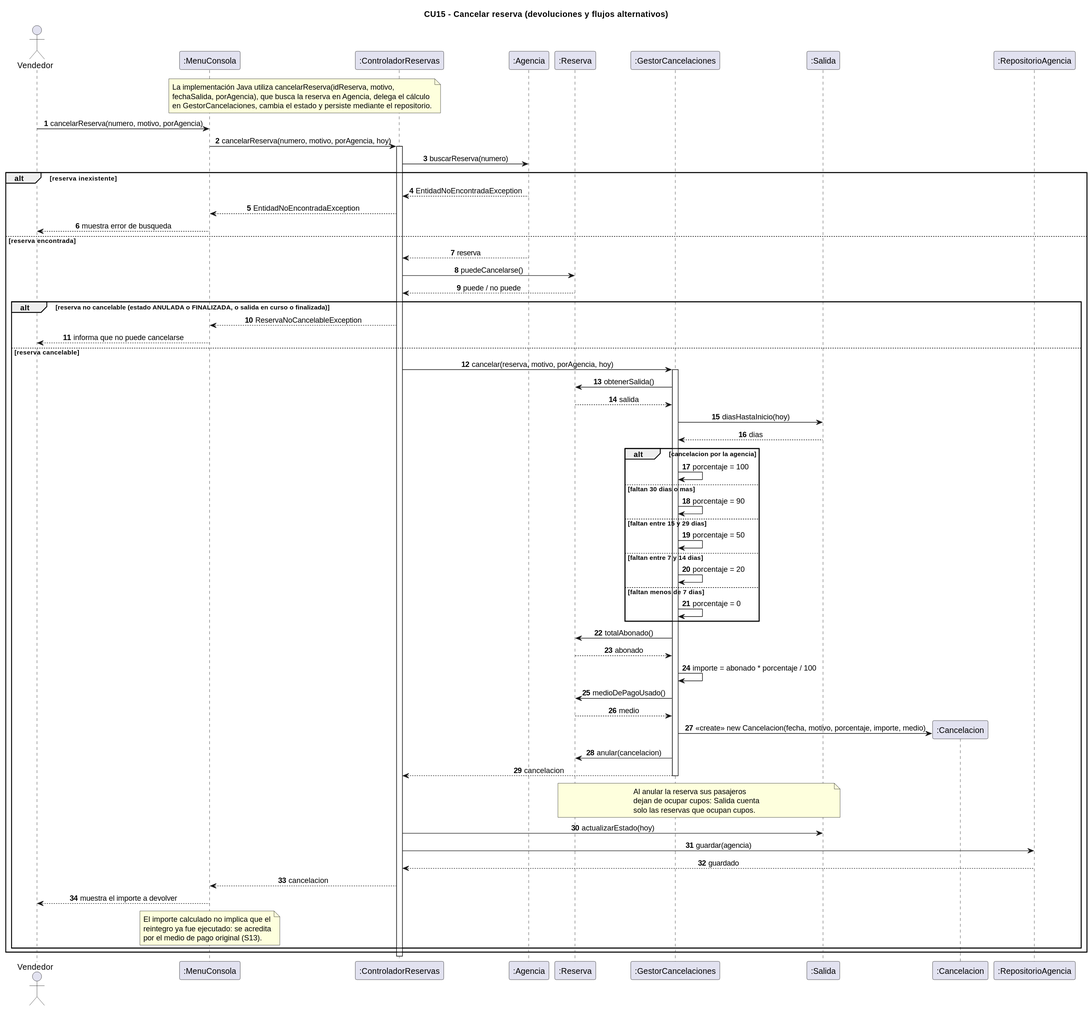
CarlosDanielOK/Avion keeps this PlantUML diagram as docs/uml/03-secuencia-cancelar-reserva.svg. Above is the earlier version. Its diagram source:
```plantuml
@startuml
title CU15 - Cancelar reserva (devoluciones y flujos alternativos)

skinparam shadowing false
skinparam backgroundColor White
skinparam sequenceMessageAlign center
autonumber

actor Vendedor
participant ":MenuConsola" as UI
participant ":ControladorReservas" as CTRL
participant ":Agencia" as AGE
participant ":Reserva" as RES
participant ":GestorCancelaciones" as GC
participant ":Salida" as SAL
participant ":Cancelacion" as CAN
participant ":RepositorioAgencia" as REPO

note over UI,CTRL
La implementación Java utiliza cancelarReserva(idReserva, motivo,
fechaSalida, porAgencia), que busca la reserva en Agencia, delega el cálculo
en GestorCancelaciones, cambia el estado y persiste mediante el repositorio.
end note

Vendedor -> UI : cancelarReserva(numero, motivo, porAgencia)
UI -> CTRL : cancelarReserva(numero, motivo, porAgencia, hoy)
activate CTRL

CTRL -> AGE : buscarReserva(numero)

alt reserva inexistente
  AGE --> CTRL : EntidadNoEncontradaException
  CTRL --> UI : EntidadNoEncontradaException
  UI --> Vendedor : muestra error de busqueda

else reserva encontrada
  AGE --> CTRL : reserva
  CTRL -> RES : puedeCancelarse()
  RES --> CTRL : puede / no puede

  alt reserva no cancelable (estado ANULADA o FINALIZADA, o salida en curso o finalizada)
    CTRL --> UI : ReservaNoCancelableException
    UI --> Vendedor : informa que no puede cancelarse

  else reserva cancelable
    CTRL -> GC : cancelar(reserva, motivo, porAgencia, hoy)
    activate GC

    GC -> RES : obtenerSalida()
    RES --> GC : salida
    GC -> SAL : diasHastaInicio(hoy)
    SAL --> GC : dias

    alt cancelacion por la agencia
      GC -> GC : porcentaje = 100
    else faltan 30 dias o mas
      GC -> GC : porcentaje = 90
    else faltan entre 15 y 29 dias
      GC -> GC : porcentaje = 50
    else faltan entre 7 y 14 dias
      GC -> GC : porcentaje = 20
    else faltan menos de 7 dias
      GC -> GC : porcentaje = 0
    end

    GC -> RES : totalAbonado()
    RES --> GC : abonado

    GC -> GC : importe = abonado * porcentaje / 100

    GC -> RES : medioDePagoUsado()
    RES --> GC : medio

    create CAN
    GC -> CAN : <<create>> new Cancelacion(fecha, motivo, porcentaje, importe, medio)

    GC -> RES : anular(cancelacion)
    GC --> CTRL : cancelacion
    deactivate GC

    note over RES,SAL
      Al anular la reserva sus pasajeros
      dejan de ocupar cupos: Salida cuenta
      solo las reservas que ocupan cupos.
    end note

    CTRL -> SAL : actualizarEstado(hoy)
    CTRL -> REPO : guardar(agencia)
    REPO --> CTRL : guardado

    CTRL --> UI : cancelacion
    UI --> Vendedor : muestra el importe a devolver

    note over UI
      El importe calculado no implica que el
      reintegro ya fue ejecutado: se acredita
      por el medio de pago original (S13).
    end note
  end
end

deactivate CTRL
@enduml
```
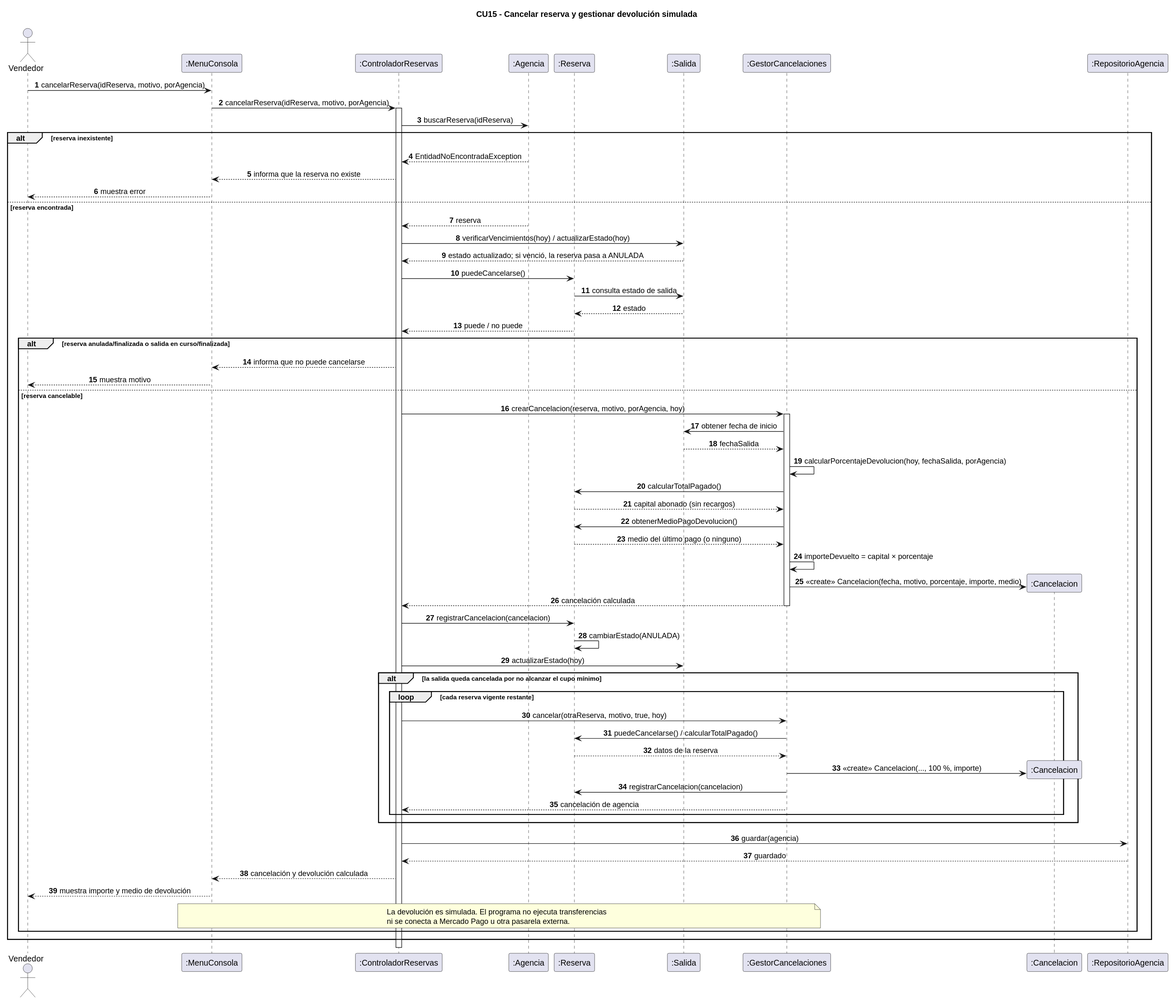
After the commit.

Change to the diagram source:
```diff
@@ -1,5 +1,5 @@
 @startuml
-title CU15 - Cancelar reserva (devoluciones y flujos alternativos)
+title CU15 - Cancelar reserva y gestionar devolución simulada
 
 skinparam shadowing false
 skinparam backgroundColor White
@@ -11,93 +11,69 @@
 participant ":ControladorReservas" as CTRL
 participant ":Agencia" as AGE
 participant ":Reserva" as RES
+participant ":Salida" as SAL
 participant ":GestorCancelaciones" as GC
-participant ":Salida" as SAL
 participant ":Cancelacion" as CAN
 participant ":RepositorioAgencia" as REPO
 
-note over UI,CTRL
-La implementación Java utiliza cancelarReserva(idReserva, motivo,
-fechaSalida, porAgencia), que busca la reserva en Agencia, delega el cálculo
-en GestorCancelaciones, cambia el estado y persiste mediante el repositorio.
-end note
-
-Vendedor -> UI : cancelarReserva(numero, motivo, porAgencia)
-UI -> CTRL : cancelarReserva(numero, motivo, porAgencia, hoy)
+Vendedor -> UI : cancelarReserva(idReserva, motivo, porAgencia)
+UI -> CTRL : cancelarReserva(idReserva, motivo, porAgencia)
 activate CTRL
-
-CTRL -> AGE : buscarReserva(numero)
-
+CTRL -> AGE : buscarReserva(idReserva)
 alt reserva inexistente
   AGE --> CTRL : EntidadNoEncontradaException
-  CTRL --> UI : EntidadNoEncontradaException
-  UI --> Vendedor : muestra error de busqueda
-
+  CTRL --> UI : informa que la reserva no existe
+  UI --> Vendedor : muestra error
 else reserva encontrada
   AGE --> CTRL : reserva
+  CTRL -> SAL : verificarVencimientos(hoy) / actualizarEstado(hoy)
+  SAL --> CTRL : estado actualizado; si venció, la reserva pasa a ANULADA
   CTRL -> RES : puedeCancelarse()
+  RES -> SAL : consulta estado de salida
+  SAL --> RES : estado
   RES --> CTRL : puede / no puede
-
-  alt reserva no cancelable (estado ANULADA o FINALIZADA, o salida en curso o finalizada)
-    CTRL --> UI : ReservaNoCancelableException
-    UI --> Vendedor : informa que no puede cancelarse
-
+  alt reserva anulada/finalizada o salida en curso/finalizada
+    CTRL --> UI : informa que no puede cancelarse
+    UI --> Vendedor : muestra motivo
   else reserva cancelable
-    CTRL -> GC : cancelar(reserva, motivo, porAgencia, hoy)
+    CTRL -> GC : crearCancelacion(reserva, motivo, porAgencia, hoy)
     activate GC
-
-    GC -> RES : obtenerSalida()
-    RES --> GC : salida
-    GC -> SAL : diasHastaInicio(hoy)
-    SAL --> GC : dias
-
-    alt cancelacion por la agencia
-      GC -> GC : porcentaje = 100
-    else faltan 30 dias o mas
-      GC -> GC : porcentaje = 90
-    else faltan entre 15 y 29 dias
-      GC -> GC : porcentaje = 50
-    else faltan entre 7 y 14 dias
-      GC -> GC : porcentaje = 20
-    else faltan menos de 7 dias
-      GC -> GC : porcentaje = 0
-    end
-
-    GC -> RES : totalAbonado()
-    RES --> GC : abonado
-
-    GC -> GC : importe = abonado * porcentaje / 100
-
-    GC -> RES : medioDePagoUsado()
-    RES --> GC : medio
-
+    GC -> SAL : obtener fecha de inicio
+    SAL --> GC : fechaSalida
+    GC -> GC : calcularPorcentajeDevolucion(hoy, fechaSalida, porAgencia)
+    GC -> RES : calcularTotalPagado()
+    RES --> GC : capital abonado (sin recargos)
+    GC -> RES : obtenerMedioPagoDevolucion()
+    RES --> GC : medio del último pago (o ninguno)
+    GC -> GC : importeDevuelto = capital × porcentaje
     create CAN
-    GC -> CAN : <<create>> new Cancelacion(fecha, motivo, porcentaje, importe, medio)
-
-    GC -> RES : anular(cancelacion)
-    GC --> CTRL : cancelacion
+    GC -> CAN : <<create>> Cancelacion(fecha, motivo, porcentaje, importe, medio)
+    GC --> CTRL : cancelación calculada
     deactivate GC
 
-    note over RES,SAL
-      Al anular la reserva sus pasajeros
-      dejan de ocupar cupos: Salida cuenta
-      solo las reservas que ocupan cupos.
-    end note
-
+    CTRL -> RES : registrarCancelacion(cancelacion)
+    RES -> RES : cambiarEstado(ANULADA)
     CTRL -> SAL : actualizarEstado(hoy)
+    alt la salida queda cancelada por no alcanzar el cupo mínimo
+      loop cada reserva vigente restante
+        CTRL -> GC : cancelar(otraReserva, motivo, true, hoy)
+        GC -> RES : puedeCancelarse() / calcularTotalPagado()
+        RES --> GC : datos de la reserva
+        create CAN
+        GC -> CAN : <<create>> Cancelacion(..., 100 %, importe)
+        GC -> RES : registrarCancelacion(cancelacion)
+        GC --> CTRL : cancelación de agencia
+      end
+    end
     CTRL -> REPO : guardar(agencia)
     REPO --> CTRL : guardado
-
-    CTRL --> UI : cancelacion
-    UI --> Vendedor : muestra el importe a devolver
-
-    note over UI
-      El importe calculado no implica que el
-      reintegro ya fue ejecutado: se acredita
-      por el medio de pago original (S13).
+    CTRL --> UI : cancelación y devolución calculada
+    UI --> Vendedor : muestra importe y medio de devolución
+    note over UI,GC
+    La devolución es simulada. El programa no ejecuta transferencias
+    ni se conecta a Mercado Pago u otra pasarela externa.
     end note
   end
 end
-
 deactivate CTRL
 @enduml
```
